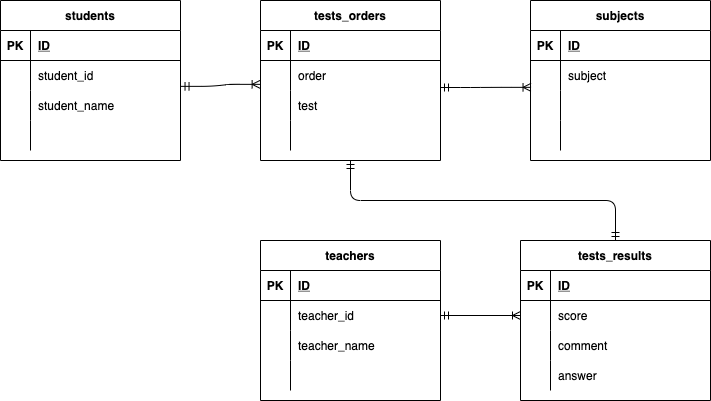
wakaryo/data4 keeps this draw.io diagram as index3.drawio.png. Above is the earlier version. Source tidied: cells renumbered, new cells last; positions are measured from the earlier drawing's top-left corner, leaving out a move shared by most shapes.
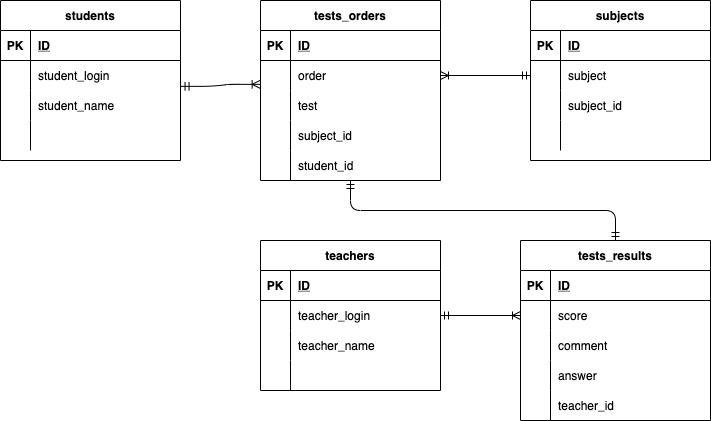
After the commit.

Diff of the diagram source:
```diff
@@ -20,7 +20,7 @@
     <mxCell id="7" style="shape=partialRectangle;fillColor=none;top=0;left=0;bottom=0;right=0;overflow=hidden;" parent="6" vertex="1">
       <mxGeometry width="30" height="30" as="geometry" />
     </mxCell>
-    <mxCell id="8" value="student_id" style="shape=partialRectangle;fillColor=none;top=0;left=0;bottom=0;right=0;align=left;spacingLeft=6;overflow=hidden;" parent="6" vertex="1">
+    <mxCell id="8" value="student_login" style="shape=partialRectangle;fillColor=none;top=0;left=0;bottom=0;right=0;align=left;spacingLeft=6;overflow=hidden;" parent="6" vertex="1">
       <mxGeometry x="30" width="150" height="30" as="geometry" />
     </mxCell>
     <mxCell id="9" style="shape=partialRectangle;fillColor=none;top=0;left=0;bottom=0;right=0;points=[[0,0.5],[1,0.5]];portConstraint=eastwest;" parent="2" vertex="1">
@@ -68,7 +68,7 @@
     <mxCell id="23" style="shape=partialRectangle;fillColor=none;top=0;left=0;bottom=0;right=0;overflow=hidden;" parent="22" vertex="1">
       <mxGeometry width="30" height="30" as="geometry" />
     </mxCell>
-    <mxCell id="24" style="shape=partialRectangle;fillColor=none;top=0;left=0;bottom=0;right=0;align=left;spacingLeft=6;overflow=hidden;" parent="22" vertex="1">
+    <mxCell id="24" value="subject_id" style="shape=partialRectangle;fillColor=none;top=0;left=0;bottom=0;right=0;align=left;spacingLeft=6;overflow=hidden;" parent="22" vertex="1">
       <mxGeometry x="30" width="150" height="30" as="geometry" />
     </mxCell>
     <mxCell id="25" style="shape=partialRectangle;fillColor=none;top=0;left=0;bottom=0;right=0;" parent="15" vertex="1">
@@ -81,7 +81,7 @@
       <mxGeometry x="30" width="150" height="30" as="geometry" />
     </mxCell>
     <mxCell id="28" value="teachers" style="shape=table;startSize=30;rowLines=0;fontStyle=1;align=center;" parent="1" vertex="1">
-      <mxGeometry x="260" y="240" width="180" height="160" as="geometry" />
+      <mxGeometry x="260" y="240" width="180" height="150" as="geometry" />
     </mxCell>
     <mxCell id="29" style="shape=partialRectangle;fillColor=none;top=0;left=0;bottom=1;right=0;" parent="28" vertex="1">
       <mxGeometry y="30" width="180" height="30" as="geometry" />
@@ -98,7 +98,7 @@
     <mxCell id="33" style="shape=partialRectangle;fillColor=none;top=0;left=0;bottom=0;right=0;overflow=hidden;" parent="32" vertex="1">
       <mxGeometry width="30" height="30" as="geometry" />
     </mxCell>
-    <mxCell id="34" value="teacher_id" style="shape=partialRectangle;fillColor=none;top=0;left=0;bottom=0;right=0;align=left;spacingLeft=6;overflow=hidden;" parent="32" vertex="1">
+    <mxCell id="34" value="teacher_login" style="shape=partialRectangle;fillColor=none;top=0;left=0;bottom=0;right=0;align=left;spacingLeft=6;overflow=hidden;" parent="32" vertex="1">
       <mxGeometry x="30" width="150" height="30" as="geometry" />
     </mxCell>
     <mxCell id="35" style="shape=partialRectangle;fillColor=none;top=0;left=0;bottom=0;right=0;" parent="28" vertex="1">
@@ -120,7 +120,7 @@
       <mxGeometry x="30" width="150" height="30" as="geometry" />
     </mxCell>
     <mxCell id="41" value="tests_results" style="shape=table;startSize=30;rowLines=0;fontStyle=1;align=center;" parent="1" vertex="1">
-      <mxGeometry x="520" y="240" width="190" height="160" as="geometry" />
+      <mxGeometry x="520" y="240" width="190" height="180" as="geometry" />
     </mxCell>
     <mxCell id="42" style="shape=partialRectangle;fillColor=none;top=0;left=0;bottom=1;right=0;" parent="41" vertex="1">
       <mxGeometry y="30" width="190" height="30" as="geometry" />
@@ -159,7 +159,7 @@
       <mxGeometry x="30" width="160" height="30" as="geometry" />
     </mxCell>
     <mxCell id="54" value="tests_orders" style="shape=table;startSize=30;rowLines=0;fontStyle=1;align=center;" parent="1" vertex="1">
-      <mxGeometry x="260" width="180" height="160" as="geometry" />
+      <mxGeometry x="260" width="180" height="180" as="geometry" />
     </mxCell>
     <mxCell id="55" style="shape=partialRectangle;fillColor=none;top=0;left=0;bottom=1;right=0;" parent="54" vertex="1">
       <mxGeometry y="30" width="180" height="30" as="geometry" />
@@ -194,7 +194,7 @@
     <mxCell id="65" style="shape=partialRectangle;fillColor=none;top=0;left=0;bottom=0;right=0;overflow=hidden;" parent="64" vertex="1">
       <mxGeometry width="30" height="30" as="geometry" />
     </mxCell>
-    <mxCell id="66" style="shape=partialRectangle;fillColor=none;top=0;left=0;bottom=0;right=0;align=left;spacingLeft=6;overflow=hidden;" parent="64" vertex="1">
+    <mxCell id="66" value="subject_id" style="shape=partialRectangle;fillColor=none;top=0;left=0;bottom=0;right=0;align=left;spacingLeft=6;overflow=hidden;" parent="64" vertex="1">
       <mxGeometry x="30" width="150" height="30" as="geometry" />
     </mxCell>
     <mxCell id="67" style="fontSize=12;html=1;endArrow=ERoneToMany;startArrow=ERmandOne;entryX=0;entryY=0.5;entryDx=0;entryDy=0;exitX=1;exitY=0.5;exitDx=0;exitDy=0;" parent="1" edge="1" source="32" target="45">
@@ -203,13 +203,21 @@
     <mxCell id="68" style="edgeStyle=entityRelationEdgeStyle;fontSize=12;html=1;endArrow=ERoneToMany;startArrow=ERmandOne;exitX=1.003;exitY=-0.138;exitDx=0;exitDy=0;exitPerimeter=0;entryX=-0.002;entryY=0.795;entryDx=0;entryDy=0;entryPerimeter=0;" parent="1" edge="1" source="9" target="58">
       <mxGeometry relative="1" as="geometry" />
     </mxCell>
-    <mxCell id="69" style="edgeStyle=entityRelationEdgeStyle;fontSize=12;html=1;endArrow=ERoneToMany;startArrow=ERmandOne;entryX=0.003;entryY=-0.105;entryDx=0;entryDy=0;entryPerimeter=0;" parent="1" edge="1" target="22">
+    <mxCell id="69" style="fontSize=12;html=1;endArrow=ERoneToMany;startArrow=ERmandOne;entryX=1;entryY=0.5;entryDx=0;entryDy=0;" parent="1" edge="1" target="58">
       <mxGeometry relative="1" as="geometry">
-        <mxPoint x="440" y="87" as="sourcePoint" />
+        <mxPoint x="530" y="75" as="sourcePoint" />
       </mxGeometry>
     </mxCell>
-    <mxCell id="70" style="edgeStyle=orthogonalEdgeStyle;fontSize=12;html=1;endArrow=ERmandOne;startArrow=ERmandOne;entryX=0.5;entryY=1;entryDx=0;entryDy=0;exitX=0.5;exitY=0;exitDx=0;exitDy=0;" parent="1" edge="1" source="41" target="54">
-      <mxGeometry relative="1" as="geometry" />
-    </mxCell>
+    <mxCell id="71" value="student_id" style="shape=partialRectangle;fillColor=none;top=0;left=1;bottom=0;right=0;align=left;spacingLeft=6;overflow=hidden;" parent="1" vertex="1">
+      <mxGeometry x="290" y="150" width="150" height="30" as="geometry" />
+    </mxCell>
+    <mxCell id="72" value="teacher_id" style="shape=partialRectangle;fillColor=none;top=0;left=1;bottom=0;right=0;align=left;spacingLeft=6;overflow=hidden;" parent="1" vertex="1">
+      <mxGeometry x="550" y="390" width="160" height="30" as="geometry" />
+    </mxCell>
+    <mxCell id="73" style="edgeStyle=orthogonalEdgeStyle;fontSize=12;html=1;endArrow=ERmandOne;startArrow=ERmandOne;exitX=0.5;exitY=0;exitDx=0;exitDy=0;" parent="1" edge="1" source="41">
+      <mxGeometry relative="1" as="geometry">
+        <mxPoint x="350" y="180" as="targetPoint" />
+      </mxGeometry>
+    </mxCell>
   </root>
 </mxGraphModel>
```
